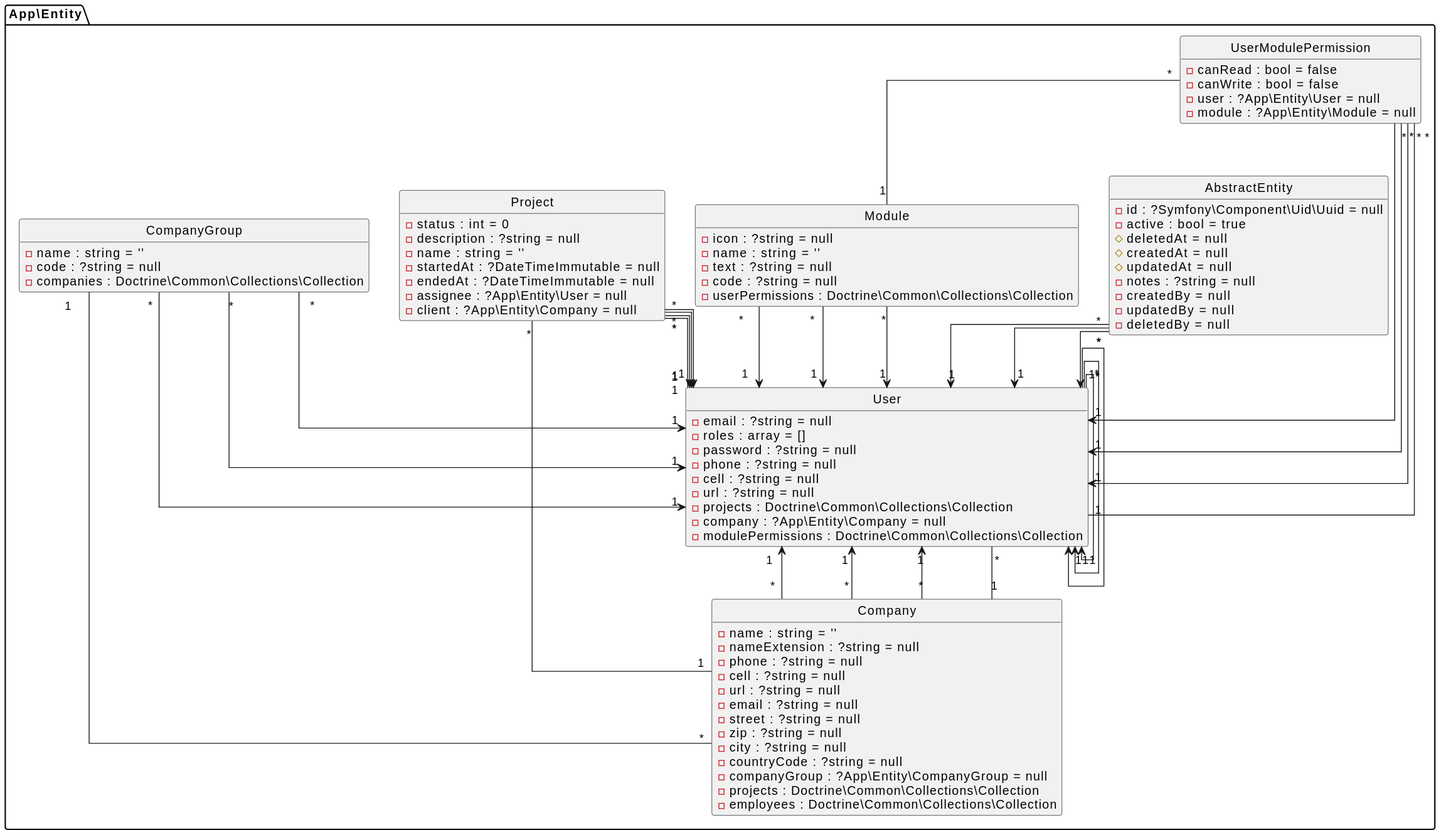
This is assets/docs/diagram-class.svg from cschorr/symfony-core-bundle, a PlantUML export, as it was before one commit.
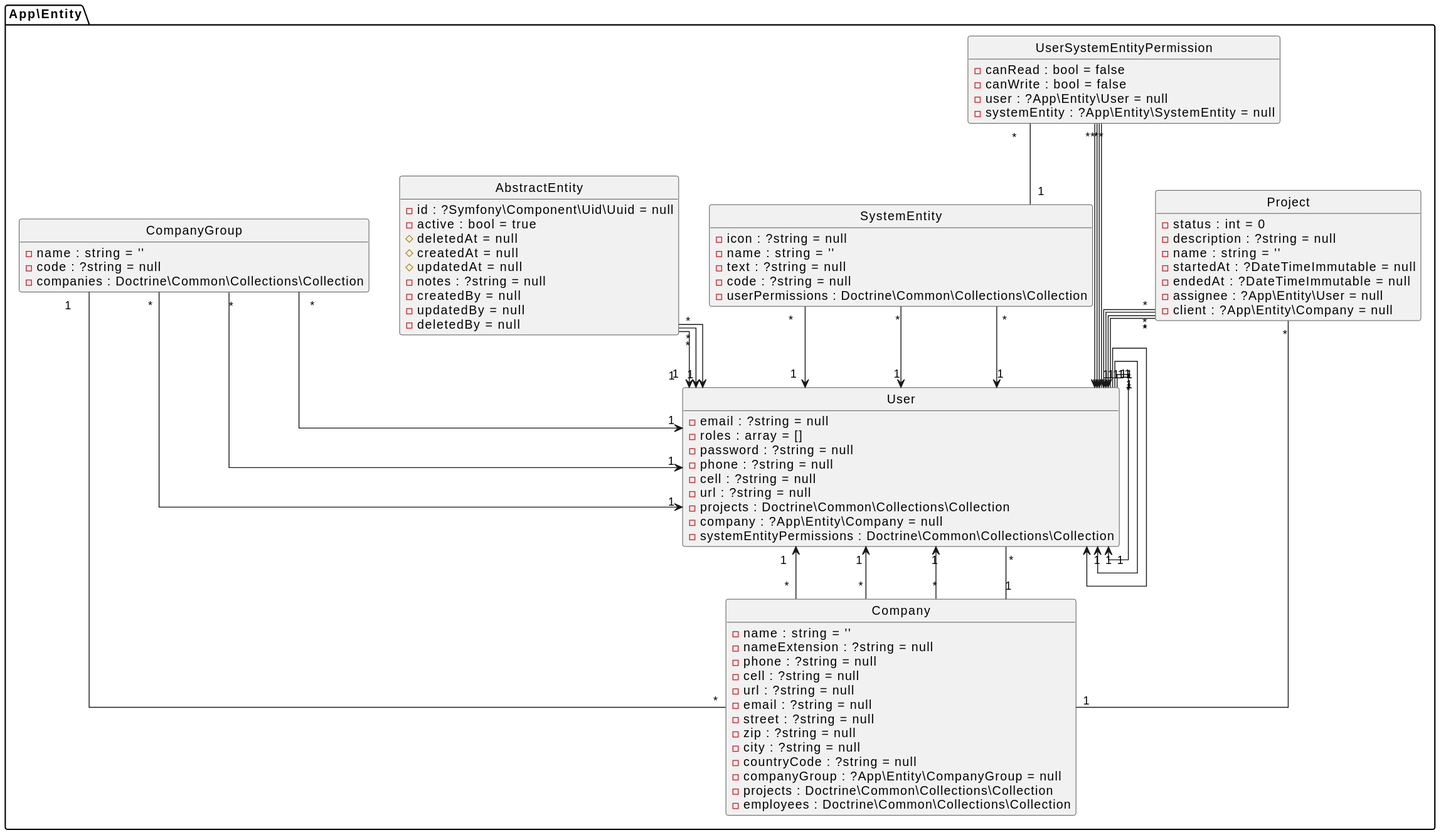
Above is the later version.

Diff of the diagram source:
```diff
@@ -37,12 +37,11 @@
 - projects : Doctrine\Common\Collections\Collection
 - employees : Doctrine\Common\Collections\Collection
 }
-class App\Entity\Module {
-- icon : ?string = null
-- name : string = ''
-- text : ?string = null
-- code : ?string = null
-- userPermissions : Doctrine\Common\Collections\Collection
+class App\Entity\UserSystemEntityPermission {
+- canRead : bool = false
+- canWrite : bool = false
+- user : ?App\Entity\User = null
+- systemEntity : ?App\Entity\SystemEntity = null
 }
 class App\Entity\Project {
 - status : int = 0
@@ -62,13 +61,14 @@
 - url : ?string = null
 - projects : Doctrine\Common\Collections\Collection
 - company : ?App\Entity\Company = null
-- modulePermissions : Doctrine\Common\Collections\Collection
+- systemEntityPermissions : Doctrine\Common\Collections\Collection
 }
-class App\Entity\UserModulePermission {
-- canRead : bool = false
-- canWrite : bool = false
-- user : ?App\Entity\User = null
-- module : ?App\Entity\Module = null
+class App\Entity\SystemEntity {
+- icon : ?string = null
+- name : string = ''
+- text : ?string = null
+- code : ?string = null
+- userPermissions : Doctrine\Common\Collections\Collection
 }
 App\Entity\CompanyGroup "*" --> "1" App\Entity\User
 App\Entity\CompanyGroup "*" --> "1" App\Entity\User
@@ -80,9 +80,11 @@
 App\Entity\Company "*" --> "1" App\Entity\User
 App\Entity\Company "*" --> "1" App\Entity\User
 App\Entity\Company "*" -- "1" App\Entity\CompanyGroup
-App\Entity\Module "*" --> "1" App\Entity\User
-App\Entity\Module "*" --> "1" App\Entity\User
-App\Entity\Module "*" --> "1" App\Entity\User
+App\Entity\UserSystemEntityPermission "*" --> "1" App\Entity\User
+App\Entity\UserSystemEntityPermission "*" --> "1" App\Entity\User
+App\Entity\UserSystemEntityPermission "*" --> "1" App\Entity\User
+App\Entity\UserSystemEntityPermission "*" -- "1" App\Entity\User
+App\Entity\UserSystemEntityPermission "*" -- "1" App\Entity\SystemEntity
 App\Entity\Project "*" --> "1" App\Entity\User
 App\Entity\Project "*" --> "1" App\Entity\User
 App\Entity\Project "*" --> "1" App\Entity\User
@@ -92,9 +94,7 @@
 App\Entity\User "*" --> "1" App\Entity\User
 App\Entity\User "*" --> "1" App\Entity\User
 App\Entity\User "*" -- "1" App\Entity\Company
-App\Entity\UserModulePermission "*" --> "1" App\Entity\User
-App\Entity\UserModulePermission "*" --> "1" App\Entity\User
-App\Entity\UserModulePermission "*" --> "1" App\Entity\User
-App\Entity\UserModulePermission "*" -- "1" App\Entity\User
-App\Entity\UserModulePermission "*" -- "1" App\Entity\Module
+App\Entity\SystemEntity "*" --> "1" App\Entity\User
+App\Entity\SystemEntity "*" --> "1" App\Entity\User
+App\Entity\SystemEntity "*" --> "1" App\Entity\User
 @enduml
```
